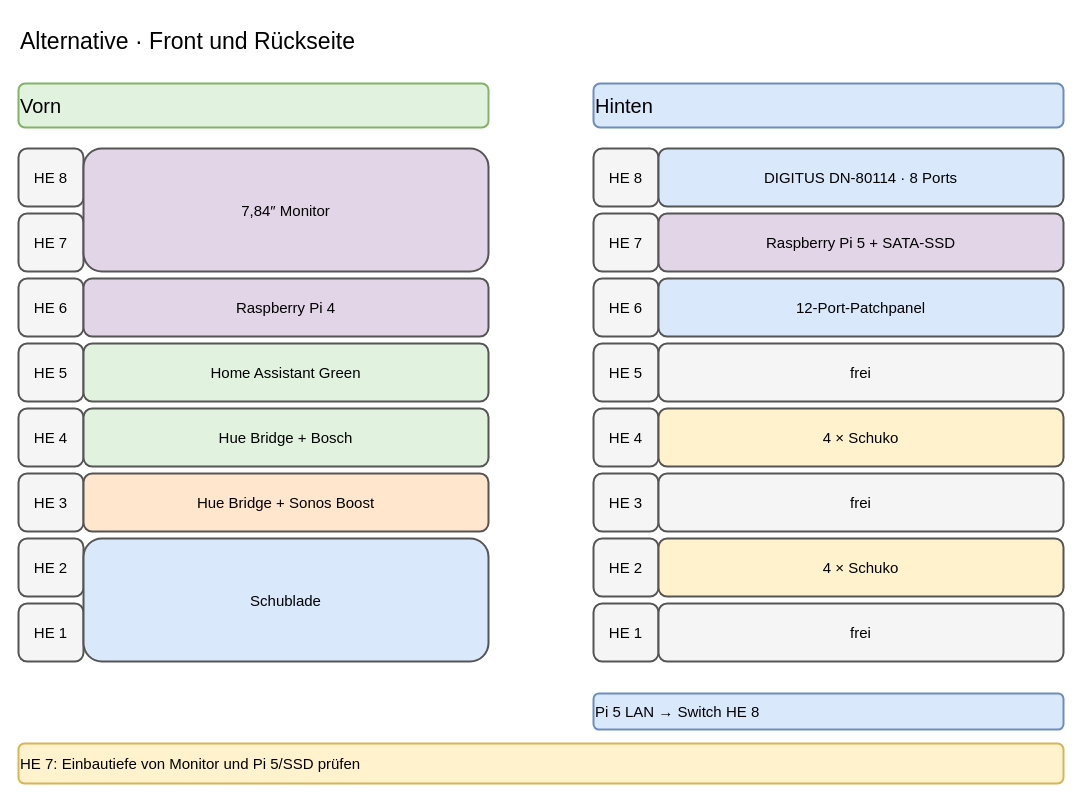
The draw.io diagram page "Alternative – Front + Rückseite" (6 of 6) of 10-zoll-rack-planung.drawio in tiptronic/diagrams, before the edit. Source tidied: cells renumbered, new cells numbered last; positions are measured from the earlier drawing's top-left corner, leaving out a move shared by most shapes. Both pictures are drawn from the tidied source at 100%, with x=0, y=0 at pixel (18, 18).
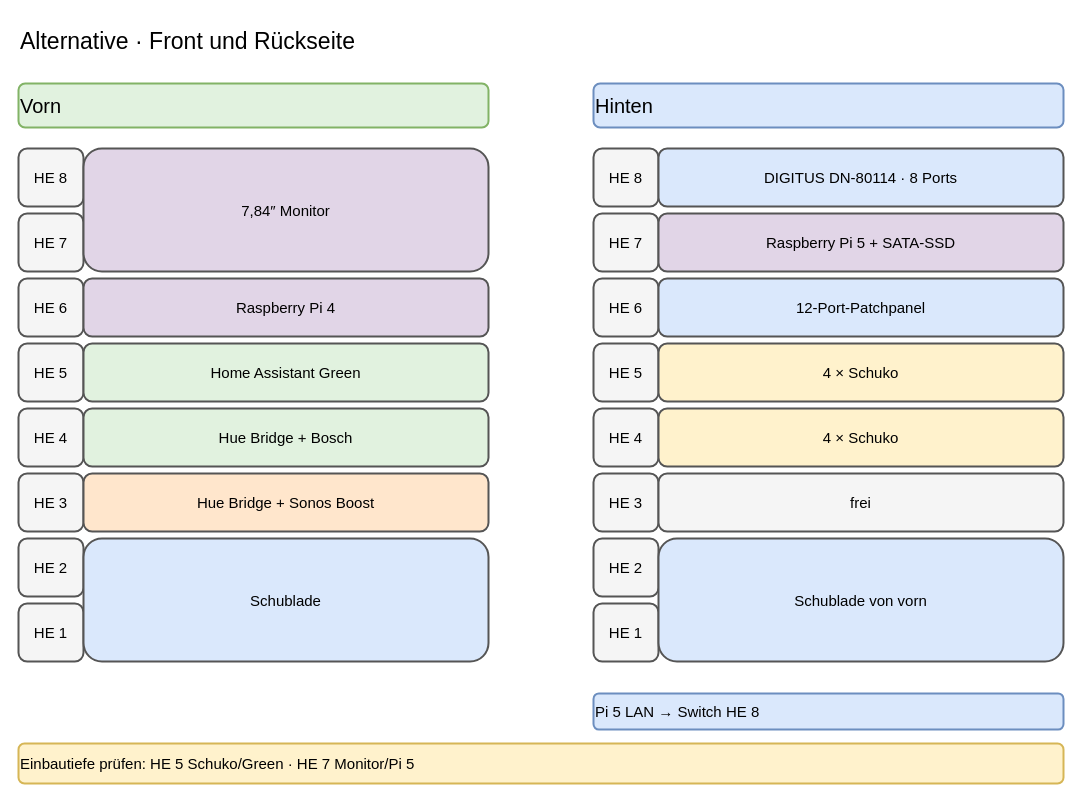
The same page after the edit.

What changed in the source:
```diff
@@
-    <mxCell id="30" value="frei" style="rounded=1;whiteSpace=wrap;html=1;align=center;verticalAlign=middle;strokeWidth=2;fontSize=15;fillColor=#f5f5f5;strokeColor=#555555;" parent="1" vertex="1">
-      <mxGeometry x="640" y="325" width="405" height="58" as="geometry" />
-    </mxCell>
+    <mxCell id="33" value="4 × Schuko" style="rounded=1;whiteSpace=wrap;html=1;align=center;verticalAlign=middle;strokeWidth=2;fontSize=15;fillColor=#fff2cc;strokeColor=#555555;" parent="1" vertex="1">
+      <mxGeometry x="640" y="325" width="405" height="58" as="geometry" />
+    </mxCell>
@@
-    <mxCell id="33" value="4 × Schuko" style="rounded=1;whiteSpace=wrap;html=1;align=center;verticalAlign=middle;strokeWidth=2;fontSize=15;fillColor=#fff2cc;strokeColor=#555555;" parent="1" vertex="1">
-      <mxGeometry x="640" y="520" width="405" height="58" as="geometry" />
-    </mxCell>
-    <mxCell id="34" value="frei" style="rounded=1;whiteSpace=wrap;html=1;align=center;verticalAlign=middle;strokeWidth=2;fontSize=15;fillColor=#f5f5f5;strokeColor=#555555;" parent="1" vertex="1">
-      <mxGeometry x="640" y="585" width="405" height="58" as="geometry" />
-    </mxCell>
+    <mxCell id="37" value="Schublade von vorn" style="rounded=1;whiteSpace=wrap;html=1;align=center;verticalAlign=middle;strokeWidth=2;fontSize=15;fillColor=#dae8fc;strokeColor=#555555;" parent="1" vertex="1">
+      <mxGeometry x="640" y="520" width="405" height="123" as="geometry" />
+    </mxCell>
@@
-    <mxCell id="36" value="HE 7: Einbautiefe von Monitor und Pi 5/SSD prüfen" style="rounded=1;whiteSpace=wrap;html=1;align=left;verticalAlign=middle;strokeWidth=2;fontSize=15;fillColor=#fff2cc;strokeColor=#d6b656;" parent="1" vertex="1">
+    <mxCell id="36" value="Einbautiefe prüfen: HE 5 Schuko/Green · HE 7 Monitor/Pi 5" style="rounded=1;whiteSpace=wrap;html=1;align=left;verticalAlign=middle;strokeWidth=2;fontSize=15;fillColor=#fff2cc;strokeColor=#d6b656;" parent="1" vertex="1">
       <mxGeometry y="725" width="1045" height="40" as="geometry" />
     </mxCell>
```
